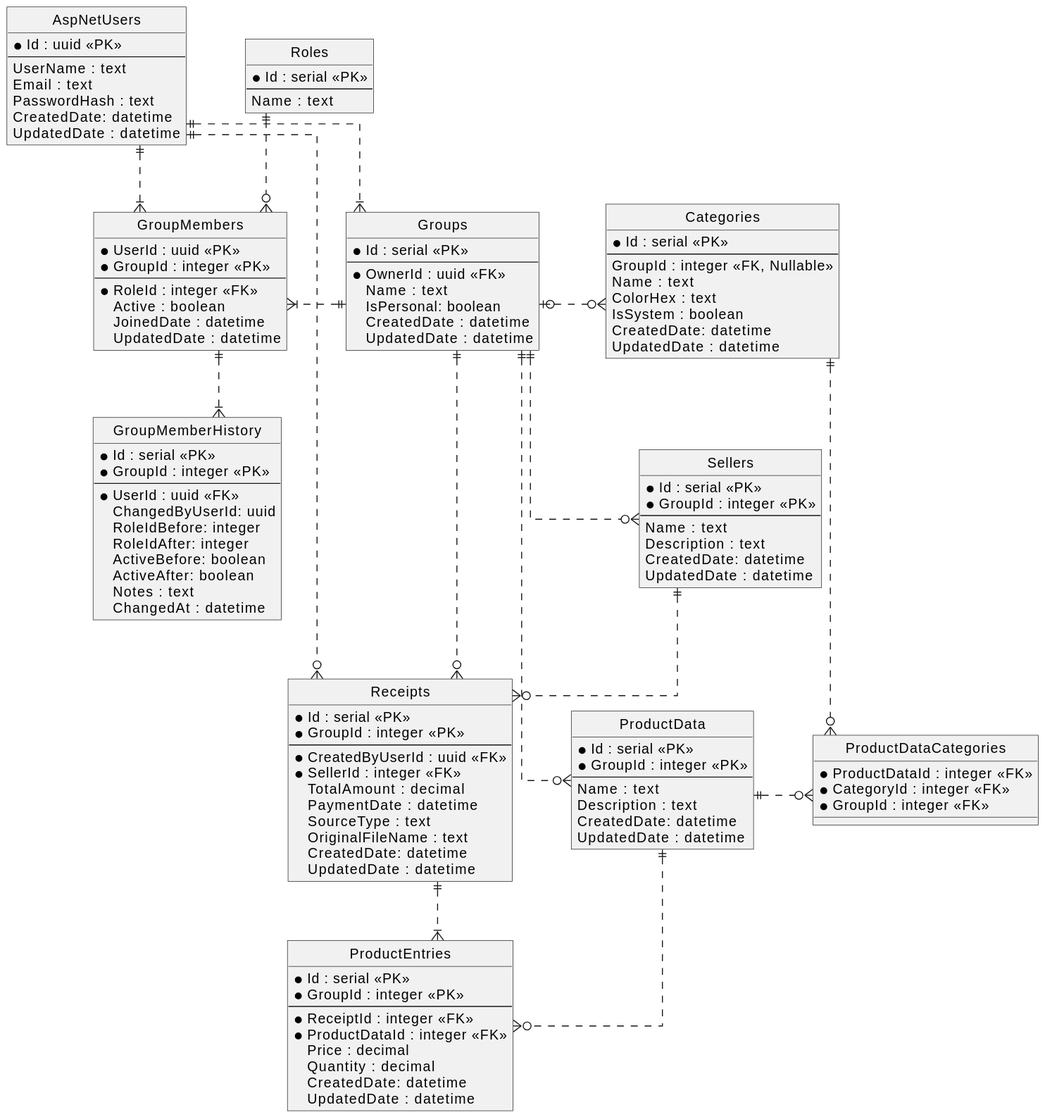
amiadesu/FinanceTracking keeps this PlantUML diagram as img/FinanceTrackingERD.svg. Above is the earlier version.
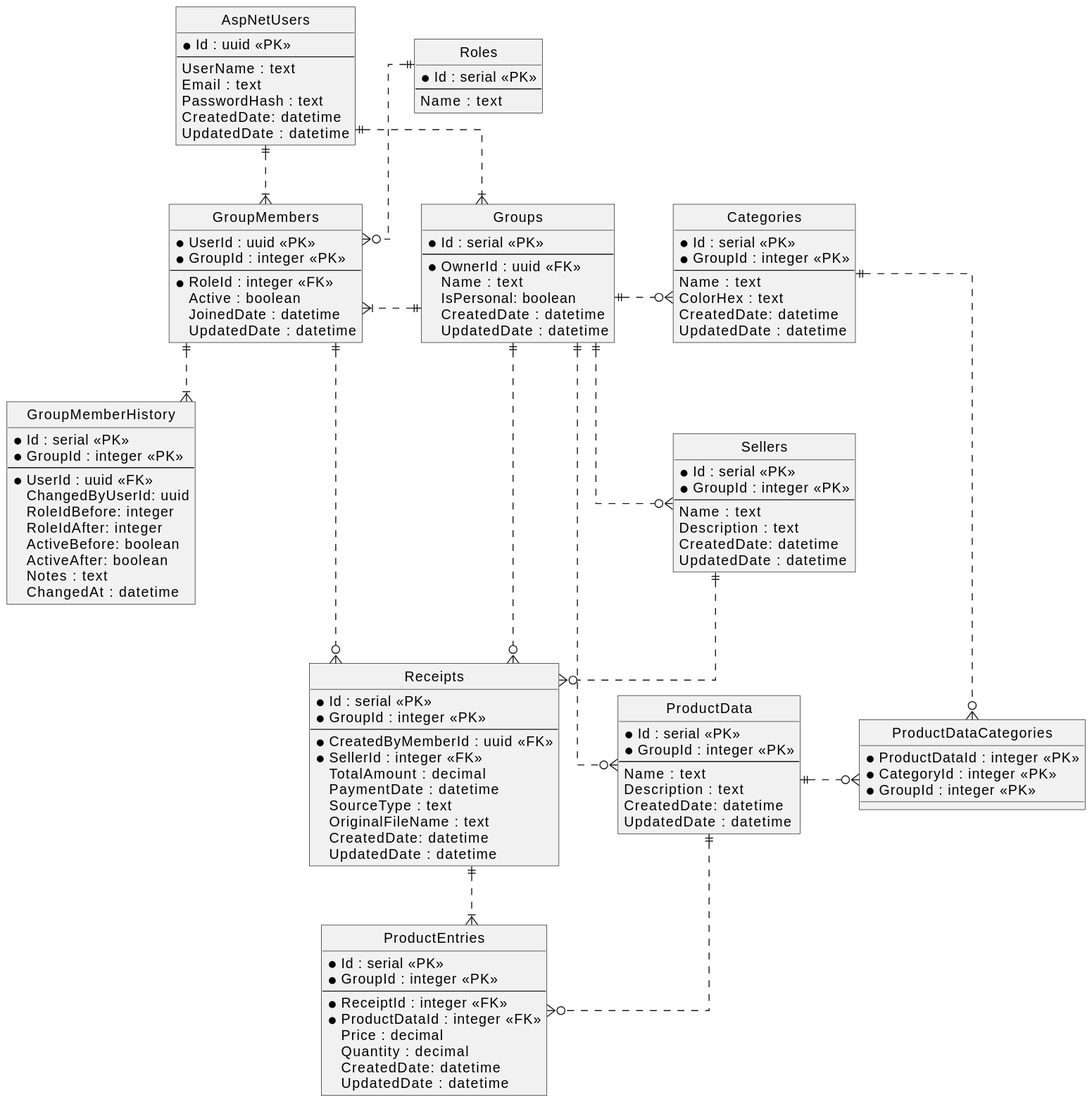
Later version of the same file.

Commit message:
Updated ERD diagram.

The edit, as a diff of the source:
```diff
@@ -59,11 +59,10 @@
 
 entity "Categories" as Cats {
     *Id : serial <<PK>>
+    *GroupId : integer <<PK>>
     --
-    GroupId : integer <<FK, Nullable>>
     Name : text
     ColorHex : text
-    IsSystem : boolean
     CreatedDate: datetime
     UpdatedDate : datetime
 }
@@ -89,16 +88,16 @@
 }
 
 entity "ProductDataCategories" as DataCats {
-    *ProductDataId : integer <<FK>>
-    *CategoryId : integer <<FK>>
-    *GroupId : integer <<FK>>
+    *ProductDataId : integer <<PK>>
+    *CategoryId : integer <<PK>>
+    *GroupId : integer <<PK>>
 }
 
 entity "Receipts" as Receipts {
     *Id : serial <<PK>>
     *GroupId : integer <<PK>>
     --
-    *CreatedByUserId : uuid <<FK>>
+    *CreatedByMemberId : uuid <<FK>>
     *SellerId : integer <<FK>>
     TotalAmount : decimal
     PaymentDate : datetime
@@ -137,7 +136,7 @@
 Groups ||..|{ GrpMem
 GrpMem ||..|{ MemHist
 
-Groups |o..o{ Cats
+Groups ||..o{ Cats
 Groups ||..o{ Sellers
 Groups ||..o{ ProdData
 
@@ -145,7 +144,7 @@
 ProdData ||..o{ DataCats
 
 Groups ||..o{ Receipts
-Users ||..o{ Receipts
+GrpMem ||..o{ Receipts
 Sellers ||..o{ Receipts
 Receipts ||..|{ ProdEntries
 ProdData ||..o{ ProdEntries
```
